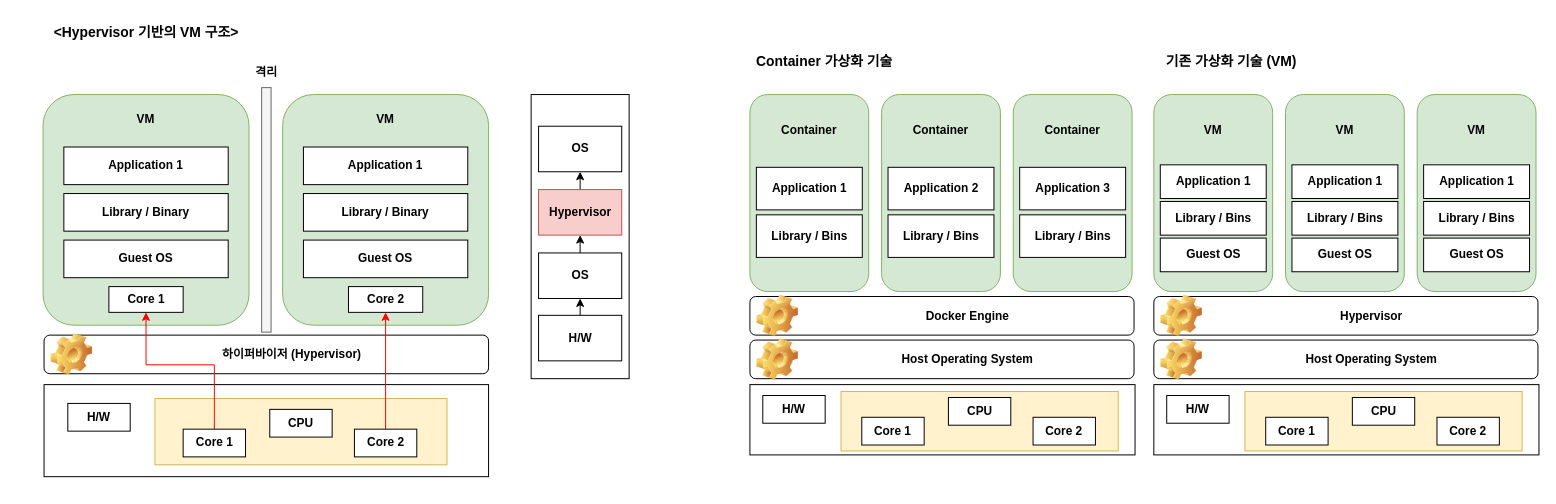
Above: io/Build_Server_Comparing.drawio in Jiwon-lee-me/cicd-web-project (draw.io), before the change. Source tidied: cells renumbered, new cells numbered last; positions are measured from the earlier drawing's top-left corner, leaving out a move shared by most shapes. Both pictures are drawn from the tidied source at 99%, with x=0, y=0 at pixel (17, 17).
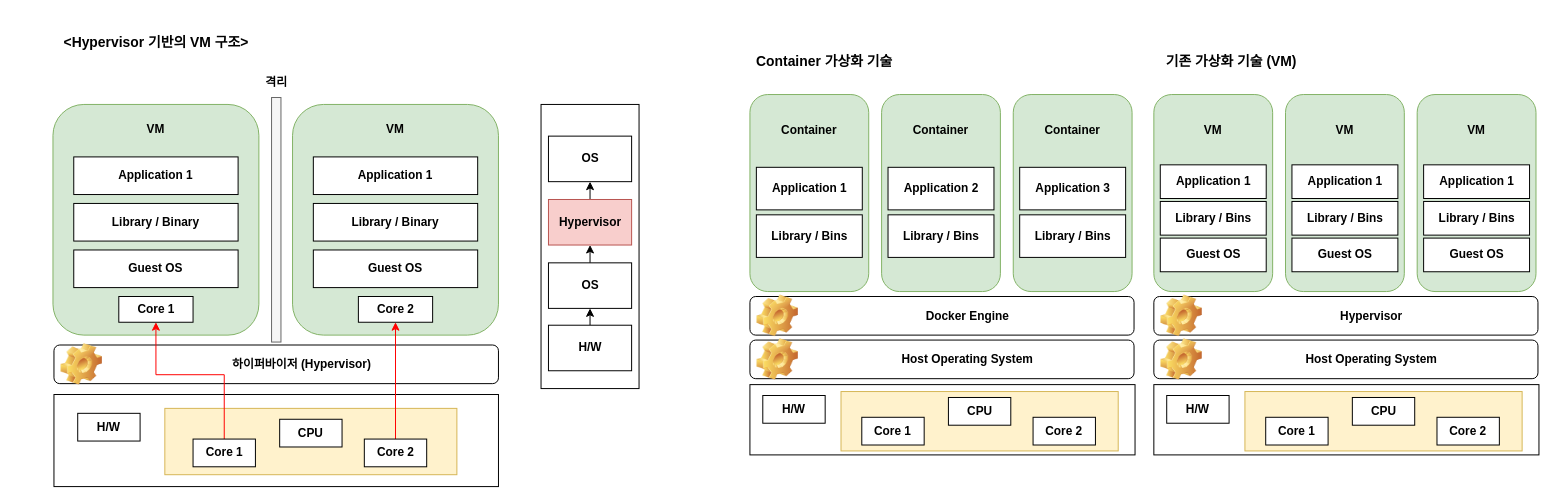
After the change.

The edit, as a diff of the source:
```diff
@@
-    <mxCell id="2" style="rounded=0;whiteSpace=wrap;html=1;" parent="1" vertex="1">
-      <mxGeometry x="27" y="371" width="449" height="93" as="geometry" />
-    </mxCell>
-    <mxCell id="3" style="rounded=1;whiteSpace=wrap;html=1;fillColor=#d5e8d4;strokeColor=#82b366;" parent="1" vertex="1">
-      <mxGeometry x="26" y="78" width="208" height="233" as="geometry" />
-    </mxCell>
-    <mxCell id="4" value="&lt;b&gt;Application 1&lt;/b&gt;" style="rounded=0;whiteSpace=wrap;html=1;" parent="1" vertex="1">
-      <mxGeometry x="47" y="131" width="166" height="38" as="geometry" />
-    </mxCell>
-    <mxCell id="5" value="&lt;b&gt;Library / Binary&lt;/b&gt;" style="rounded=0;whiteSpace=wrap;html=1;" parent="1" vertex="1">
-      <mxGeometry x="47" y="178" width="166" height="38" as="geometry" />
-    </mxCell>
-    <mxCell id="6" value="&lt;b&gt;Guest OS&lt;/b&gt;" style="rounded=0;whiteSpace=wrap;html=1;" parent="1" vertex="1">
-      <mxGeometry x="47" y="225" width="166" height="38" as="geometry" />
-    </mxCell>
-    <mxCell id="7" value="&lt;b&gt;Core 1&lt;/b&gt;" style="rounded=0;whiteSpace=wrap;html=1;" parent="1" vertex="1">
-      <mxGeometry x="92.5" y="272" width="75" height="26" as="geometry" />
-    </mxCell>
-    <mxCell id="8" style="rounded=1;whiteSpace=wrap;html=1;fillColor=#d5e8d4;strokeColor=#82b366;" parent="1" vertex="1">
-      <mxGeometry x="268" y="78" width="208" height="233" as="geometry" />
-    </mxCell>
-    <mxCell id="9" value="&lt;b&gt;Application 1&lt;/b&gt;" style="rounded=0;whiteSpace=wrap;html=1;" parent="1" vertex="1">
-      <mxGeometry x="289" y="131" width="166" height="38" as="geometry" />
-    </mxCell>
-    <mxCell id="10" value="&lt;b&gt;Library / Binary&lt;/b&gt;" style="rounded=0;whiteSpace=wrap;html=1;" parent="1" vertex="1">
-      <mxGeometry x="289" y="178" width="166" height="38" as="geometry" />
-    </mxCell>
-    <mxCell id="11" value="&lt;b&gt;Guest OS&lt;/b&gt;" style="rounded=0;whiteSpace=wrap;html=1;" parent="1" vertex="1">
-      <mxGeometry x="289" y="225" width="166" height="38" as="geometry" />
-    </mxCell>
-    <mxCell id="12" value="&lt;b&gt;Core 2&lt;/b&gt;" style="rounded=0;whiteSpace=wrap;html=1;" parent="1" vertex="1">
-      <mxGeometry x="334.5" y="272" width="75" height="26" as="geometry" />
-    </mxCell>
-    <mxCell id="13" value="&lt;b&gt;VM&lt;/b&gt;" style="text;html=1;strokeColor=none;fillColor=none;align=center;verticalAlign=middle;whiteSpace=wrap;rounded=0;" parent="1" vertex="1">
-      <mxGeometry x="100" y="88" width="60" height="30" as="geometry" />
-    </mxCell>
-    <mxCell id="14" value="&lt;b&gt;VM&lt;/b&gt;" style="text;html=1;strokeColor=none;fillColor=none;align=center;verticalAlign=middle;whiteSpace=wrap;rounded=0;" parent="1" vertex="1">
-      <mxGeometry x="342" y="88" width="60" height="30" as="geometry" />
-    </mxCell>
-    <mxCell id="15" value="하이퍼바이저 (Hypervisor)" style="label;whiteSpace=wrap;html=1;image=img/clipart/Gear_128x128.png;align=center;" parent="1" vertex="1">
-      <mxGeometry x="27" y="321" width="449" height="39" as="geometry" />
-    </mxCell>
-    <mxCell id="16" style="rounded=0;whiteSpace=wrap;html=1;fillColor=#fff2cc;strokeColor=#d6b656;" parent="1" vertex="1">
-      <mxGeometry x="139" y="385" width="295" height="67" as="geometry" />
-    </mxCell>
-    <mxCell id="17" style="rounded=0;whiteSpace=wrap;html=1;fillColor=#f5f5f5;fontColor=#333333;strokeColor=#666666;" parent="1" vertex="1">
-      <mxGeometry x="246.8" y="71" width="9.5" height="247" as="geometry" />
-    </mxCell>
-    <mxCell id="18" value="&lt;b&gt;H/W&lt;/b&gt;" style="rounded=0;whiteSpace=wrap;html=1;" parent="1" vertex="1">
-      <mxGeometry x="51" y="390" width="63" height="28" as="geometry" />
-    </mxCell>
-    <mxCell id="19" style="edgeStyle=orthogonalEdgeStyle;rounded=0;jettySize=auto;html=1;exitX=0.5;exitY=0;exitDx=0;exitDy=0;entryX=0.5;entryY=1;entryDx=0;entryDy=0;strokeColor=#ff0000;" parent="1" edge="1" source="20" target="7">
-      <mxGeometry relative="1" as="geometry">
-        <Array as="points">
-          <mxPoint x="199" y="351" />
-          <mxPoint x="130" y="351" />
-        </Array>
-      </mxGeometry>
-    </mxCell>
-    <mxCell id="20" value="&lt;b&gt;Core 1&lt;/b&gt;" style="rounded=0;whiteSpace=wrap;html=1;" parent="1" vertex="1">
-      <mxGeometry x="167.5" y="416" width="63" height="28" as="geometry" />
-    </mxCell>
-    <mxCell id="21" style="edgeStyle=orthogonalEdgeStyle;rounded=0;jettySize=auto;html=1;exitX=0.5;exitY=0;exitDx=0;exitDy=0;entryX=0.5;entryY=1;entryDx=0;entryDy=0;strokeColor=#ff0000;" parent="1" edge="1" source="22" target="12">
-      <mxGeometry relative="1" as="geometry" />
-    </mxCell>
-    <mxCell id="22" value="&lt;b&gt;Core 2&lt;/b&gt;" style="rounded=0;whiteSpace=wrap;html=1;" parent="1" vertex="1">
-      <mxGeometry x="340.5" y="416" width="63" height="28" as="geometry" />
-    </mxCell>
-    <mxCell id="23" value="&lt;b&gt;CPU&lt;/b&gt;" style="rounded=0;whiteSpace=wrap;html=1;" parent="1" vertex="1">
-      <mxGeometry x="255" y="396" width="63" height="28" as="geometry" />
-    </mxCell>
-    <mxCell id="24" value="&lt;b&gt;격리&lt;/b&gt;" style="text;html=1;strokeColor=none;fillColor=none;align=center;verticalAlign=middle;whiteSpace=wrap;rounded=0;" parent="1" vertex="1">
-      <mxGeometry x="221.5" y="41" width="60" height="30" as="geometry" />
-    </mxCell>
-    <mxCell id="25" value="&lt;b&gt;&lt;font style=&quot;font-size: 14px;&quot;&gt;&amp;lt;Hypervisor 기반의 VM 구조&amp;gt;&lt;/font&gt;&lt;/b&gt;" style="text;html=1;strokeColor=none;fillColor=none;align=center;verticalAlign=middle;whiteSpace=wrap;rounded=0;" parent="1" vertex="1">
-      <mxGeometry x="-0.2" width="260.5" height="30" as="geometry" />
-    </mxCell>
-    <mxCell id="26" style="rounded=0;whiteSpace=wrap;html=1;" parent="1" vertex="1">
-      <mxGeometry x="519" y="78" width="99" height="287" as="geometry" />
-    </mxCell>
-    <mxCell id="27" style="edgeStyle=orthogonalEdgeStyle;rounded=0;jettySize=auto;html=1;exitX=0.5;exitY=0;exitDx=0;exitDy=0;entryX=0.5;entryY=1;entryDx=0;entryDy=0;" parent="1" edge="1" source="28" target="30">
-      <mxGeometry relative="1" as="geometry" />
-    </mxCell>
-    <mxCell id="28" value="&lt;b&gt;H/W&lt;/b&gt;" style="rounded=0;whiteSpace=wrap;html=1;" parent="1" vertex="1">
-      <mxGeometry x="526.5" y="301" width="84" height="46" as="geometry" />
-    </mxCell>
-    <mxCell id="29" style="edgeStyle=orthogonalEdgeStyle;rounded=0;jettySize=auto;html=1;exitX=0.5;exitY=0;exitDx=0;exitDy=0;entryX=0.5;entryY=1;entryDx=0;entryDy=0;" parent="1" edge="1" source="30" target="32">
-      <mxGeometry relative="1" as="geometry" />
-    </mxCell>
-    <mxCell id="30" value="&lt;b&gt;OS&lt;/b&gt;" style="rounded=0;whiteSpace=wrap;html=1;" parent="1" vertex="1">
-      <mxGeometry x="526.5" y="238" width="84" height="46" as="geometry" />
-    </mxCell>
-    <mxCell id="31" style="edgeStyle=orthogonalEdgeStyle;rounded=0;jettySize=auto;html=1;exitX=0.5;exitY=0;exitDx=0;exitDy=0;entryX=0.5;entryY=1;entryDx=0;entryDy=0;" parent="1" edge="1" source="32" target="33">
-      <mxGeometry relative="1" as="geometry" />
-    </mxCell>
-    <mxCell id="32" value="&lt;b&gt;Hypervisor&lt;/b&gt;" style="rounded=0;whiteSpace=wrap;html=1;fillColor=#f8cecc;strokeColor=#b85450;" parent="1" vertex="1">
-      <mxGeometry x="526.5" y="174" width="84" height="46" as="geometry" />
-    </mxCell>
-    <mxCell id="33" value="&lt;b&gt;OS&lt;/b&gt;" style="rounded=0;whiteSpace=wrap;html=1;" parent="1" vertex="1">
-      <mxGeometry x="526.5" y="110" width="84" height="46" as="geometry" />
-    </mxCell>
@@
+    <mxCell id="80" style="rounded=0;whiteSpace=wrap;html=1;" parent="1" vertex="1">
+      <mxGeometry x="37" y="381" width="449" height="93" as="geometry" />
+    </mxCell>
+    <mxCell id="81" style="rounded=1;whiteSpace=wrap;html=1;fillColor=#d5e8d4;strokeColor=#82b366;" parent="1" vertex="1">
+      <mxGeometry x="36" y="88" width="208" height="233" as="geometry" />
+    </mxCell>
+    <mxCell id="82" value="&lt;b&gt;Application 1&lt;/b&gt;" style="rounded=0;whiteSpace=wrap;html=1;" parent="1" vertex="1">
+      <mxGeometry x="57" y="141" width="166" height="38" as="geometry" />
+    </mxCell>
+    <mxCell id="83" value="&lt;b&gt;Library / Binary&lt;/b&gt;" style="rounded=0;whiteSpace=wrap;html=1;" parent="1" vertex="1">
+      <mxGeometry x="57" y="188" width="166" height="38" as="geometry" />
+    </mxCell>
+    <mxCell id="84" value="&lt;b&gt;Guest OS&lt;/b&gt;" style="rounded=0;whiteSpace=wrap;html=1;" parent="1" vertex="1">
+      <mxGeometry x="57" y="235" width="166" height="38" as="geometry" />
+    </mxCell>
+    <mxCell id="85" value="&lt;b&gt;Core 1&lt;/b&gt;" style="rounded=0;whiteSpace=wrap;html=1;" parent="1" vertex="1">
+      <mxGeometry x="102.5" y="282" width="75" height="26" as="geometry" />
+    </mxCell>
+    <mxCell id="86" style="rounded=1;whiteSpace=wrap;html=1;fillColor=#d5e8d4;strokeColor=#82b366;" parent="1" vertex="1">
+      <mxGeometry x="278" y="88" width="208" height="233" as="geometry" />
+    </mxCell>
+    <mxCell id="87" value="&lt;b&gt;Application 1&lt;/b&gt;" style="rounded=0;whiteSpace=wrap;html=1;" parent="1" vertex="1">
+      <mxGeometry x="299" y="141" width="166" height="38" as="geometry" />
+    </mxCell>
+    <mxCell id="88" value="&lt;b&gt;Library / Binary&lt;/b&gt;" style="rounded=0;whiteSpace=wrap;html=1;" parent="1" vertex="1">
+      <mxGeometry x="299" y="188" width="166" height="38" as="geometry" />
+    </mxCell>
+    <mxCell id="89" value="&lt;b&gt;Guest OS&lt;/b&gt;" style="rounded=0;whiteSpace=wrap;html=1;" parent="1" vertex="1">
+      <mxGeometry x="299" y="235" width="166" height="38" as="geometry" />
+    </mxCell>
+    <mxCell id="90" value="&lt;b&gt;Core 2&lt;/b&gt;" style="rounded=0;whiteSpace=wrap;html=1;" parent="1" vertex="1">
+      <mxGeometry x="344.5" y="282" width="75" height="26" as="geometry" />
+    </mxCell>
+    <mxCell id="91" value="&lt;b&gt;VM&lt;/b&gt;" style="text;html=1;strokeColor=none;fillColor=none;align=center;verticalAlign=middle;whiteSpace=wrap;rounded=0;" parent="1" vertex="1">
+      <mxGeometry x="110" y="98" width="60" height="30" as="geometry" />
+    </mxCell>
+    <mxCell id="92" value="&lt;b&gt;VM&lt;/b&gt;" style="text;html=1;strokeColor=none;fillColor=none;align=center;verticalAlign=middle;whiteSpace=wrap;rounded=0;" parent="1" vertex="1">
+      <mxGeometry x="352" y="98" width="60" height="30" as="geometry" />
+    </mxCell>
+    <mxCell id="15" value="하이퍼바이저 (Hypervisor)" style="label;whiteSpace=wrap;html=1;image=img/clipart/Gear_128x128.png;align=center;" parent="1" vertex="1">
+      <mxGeometry x="37" y="331" width="449" height="39" as="geometry" />
+    </mxCell>
+    <mxCell id="93" style="rounded=0;whiteSpace=wrap;html=1;fillColor=#fff2cc;strokeColor=#d6b656;" parent="1" vertex="1">
+      <mxGeometry x="149" y="395" width="295" height="67" as="geometry" />
+    </mxCell>
+    <mxCell id="94" style="rounded=0;whiteSpace=wrap;html=1;fillColor=#f5f5f5;fontColor=#333333;strokeColor=#666666;" parent="1" vertex="1">
+      <mxGeometry x="256.8" y="81" width="9.5" height="247" as="geometry" />
+    </mxCell>
+    <mxCell id="95" value="&lt;b&gt;H/W&lt;/b&gt;" style="rounded=0;whiteSpace=wrap;html=1;" parent="1" vertex="1">
+      <mxGeometry x="61" y="400" width="63" height="28" as="geometry" />
+    </mxCell>
+    <mxCell id="96" style="edgeStyle=orthogonalEdgeStyle;rounded=0;jettySize=auto;html=1;exitX=0.5;exitY=0;exitDx=0;exitDy=0;entryX=0.5;entryY=1;entryDx=0;entryDy=0;strokeColor=#ff0000;" parent="1" edge="1" source="97" target="85">
+      <mxGeometry relative="1" as="geometry">
+        <Array as="points">
+          <mxPoint x="209" y="361" />
+          <mxPoint x="140" y="361" />
+        </Array>
+      </mxGeometry>
+    </mxCell>
+    <mxCell id="97" value="&lt;b&gt;Core 1&lt;/b&gt;" style="rounded=0;whiteSpace=wrap;html=1;" parent="1" vertex="1">
+      <mxGeometry x="177.5" y="426" width="63" height="28" as="geometry" />
+    </mxCell>
+    <mxCell id="98" style="edgeStyle=orthogonalEdgeStyle;rounded=0;jettySize=auto;html=1;exitX=0.5;exitY=0;exitDx=0;exitDy=0;entryX=0.5;entryY=1;entryDx=0;entryDy=0;strokeColor=#ff0000;" parent="1" edge="1" source="99" target="90">
+      <mxGeometry relative="1" as="geometry" />
+    </mxCell>
+    <mxCell id="99" value="&lt;b&gt;Core 2&lt;/b&gt;" style="rounded=0;whiteSpace=wrap;html=1;" parent="1" vertex="1">
+      <mxGeometry x="350.5" y="426" width="63" height="28" as="geometry" />
+    </mxCell>
+    <mxCell id="23" value="&lt;b&gt;CPU&lt;/b&gt;" style="rounded=0;whiteSpace=wrap;html=1;" parent="1" vertex="1">
+      <mxGeometry x="265" y="406" width="63" height="28" as="geometry" />
+    </mxCell>
+    <mxCell id="24" value="&lt;b&gt;격리&lt;/b&gt;" style="text;html=1;strokeColor=none;fillColor=none;align=center;verticalAlign=middle;whiteSpace=wrap;rounded=0;" parent="1" vertex="1">
+      <mxGeometry x="231.5" y="51" width="60" height="30" as="geometry" />
+    </mxCell>
+    <mxCell id="25" value="&lt;b&gt;&lt;font style=&quot;font-size: 14px;&quot;&gt;&amp;lt;Hypervisor 기반의 VM 구조&amp;gt;&lt;/font&gt;&lt;/b&gt;" style="text;html=1;strokeColor=none;fillColor=none;align=center;verticalAlign=middle;whiteSpace=wrap;rounded=0;" parent="1" vertex="1">
+      <mxGeometry x="9.8" y="10" width="260.5" height="30" as="geometry" />
+    </mxCell>
+    <mxCell id="100" style="rounded=0;whiteSpace=wrap;html=1;" parent="1" vertex="1">
+      <mxGeometry x="529" y="88" width="99" height="287" as="geometry" />
+    </mxCell>
+    <mxCell id="101" style="edgeStyle=orthogonalEdgeStyle;rounded=0;jettySize=auto;html=1;exitX=0.5;exitY=0;exitDx=0;exitDy=0;entryX=0.5;entryY=1;entryDx=0;entryDy=0;" parent="1" edge="1" source="102" target="104">
+      <mxGeometry relative="1" as="geometry" />
+    </mxCell>
+    <mxCell id="102" value="&lt;b&gt;H/W&lt;/b&gt;" style="rounded=0;whiteSpace=wrap;html=1;" parent="1" vertex="1">
+      <mxGeometry x="536.5" y="311" width="84" height="46" as="geometry" />
+    </mxCell>
+    <mxCell id="103" style="edgeStyle=orthogonalEdgeStyle;rounded=0;jettySize=auto;html=1;exitX=0.5;exitY=0;exitDx=0;exitDy=0;entryX=0.5;entryY=1;entryDx=0;entryDy=0;" parent="1" edge="1" source="104" target="32">
+      <mxGeometry relative="1" as="geometry" />
+    </mxCell>
+    <mxCell id="104" value="&lt;b&gt;OS&lt;/b&gt;" style="rounded=0;whiteSpace=wrap;html=1;" parent="1" vertex="1">
+      <mxGeometry x="536.5" y="248" width="84" height="46" as="geometry" />
+    </mxCell>
+    <mxCell id="105" style="edgeStyle=orthogonalEdgeStyle;rounded=0;jettySize=auto;html=1;exitX=0.5;exitY=0;exitDx=0;exitDy=0;entryX=0.5;entryY=1;entryDx=0;entryDy=0;" parent="1" edge="1" source="32" target="106">
+      <mxGeometry relative="1" as="geometry" />
+    </mxCell>
+    <mxCell id="32" value="&lt;b&gt;Hypervisor&lt;/b&gt;" style="rounded=0;whiteSpace=wrap;html=1;fillColor=#f8cecc;strokeColor=#b85450;" parent="1" vertex="1">
+      <mxGeometry x="536.5" y="184" width="84" height="46" as="geometry" />
+    </mxCell>
+    <mxCell id="106" value="&lt;b&gt;OS&lt;/b&gt;" style="rounded=0;whiteSpace=wrap;html=1;" parent="1" vertex="1">
+      <mxGeometry x="536.5" y="120" width="84" height="46" as="geometry" />
+    </mxCell>
```
